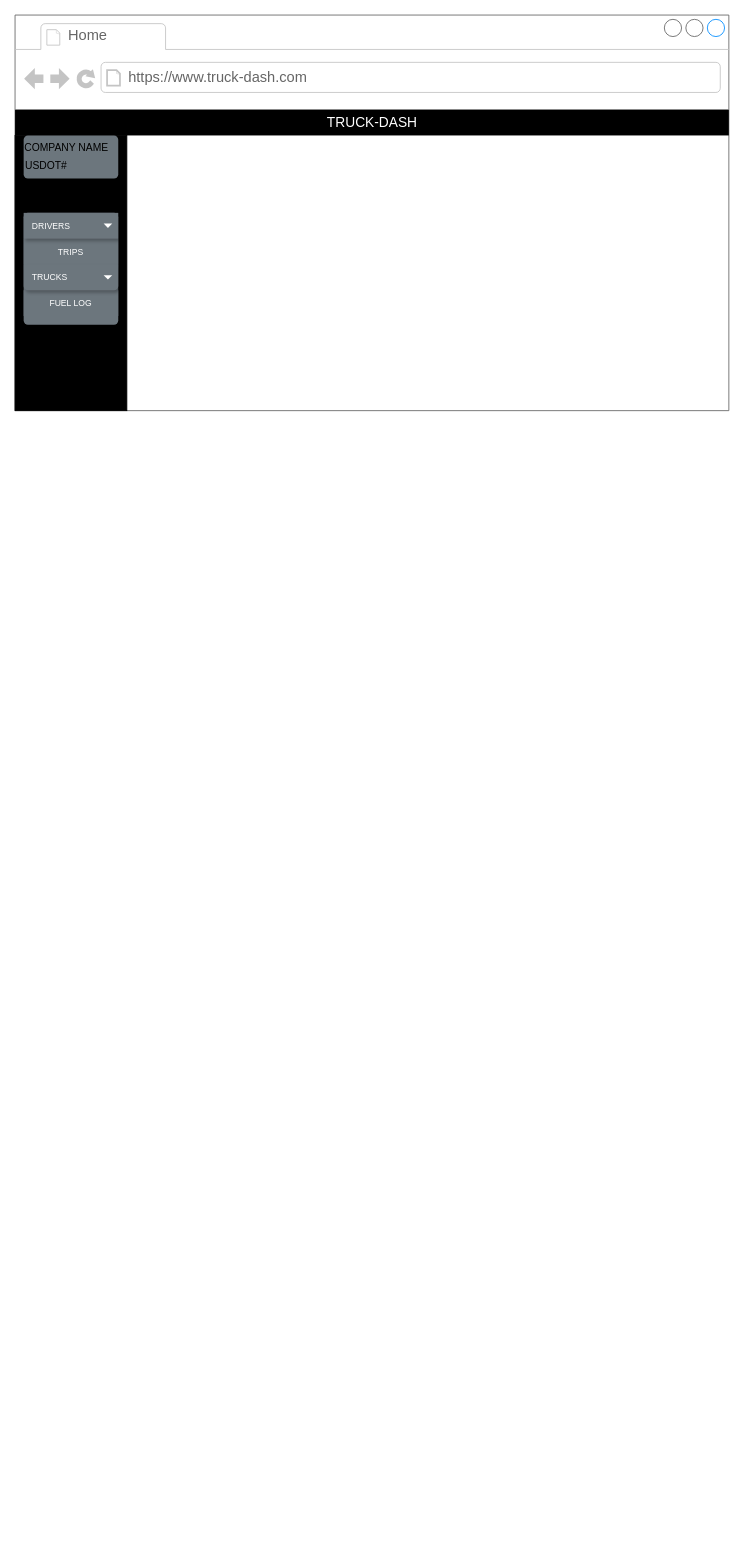
lhinds86/Truck-Dash keeps this draw.io diagram as wireframe.drawio. Above is the earlier version. Source tidied: cells renumbered, new cells numbered last; positions are measured from the earlier drawing's top-left corner, leaving out a move shared by most shapes. Both pictures are drawn from the tidied source at 86%, with x=0, y=0 at pixel (15, 15).
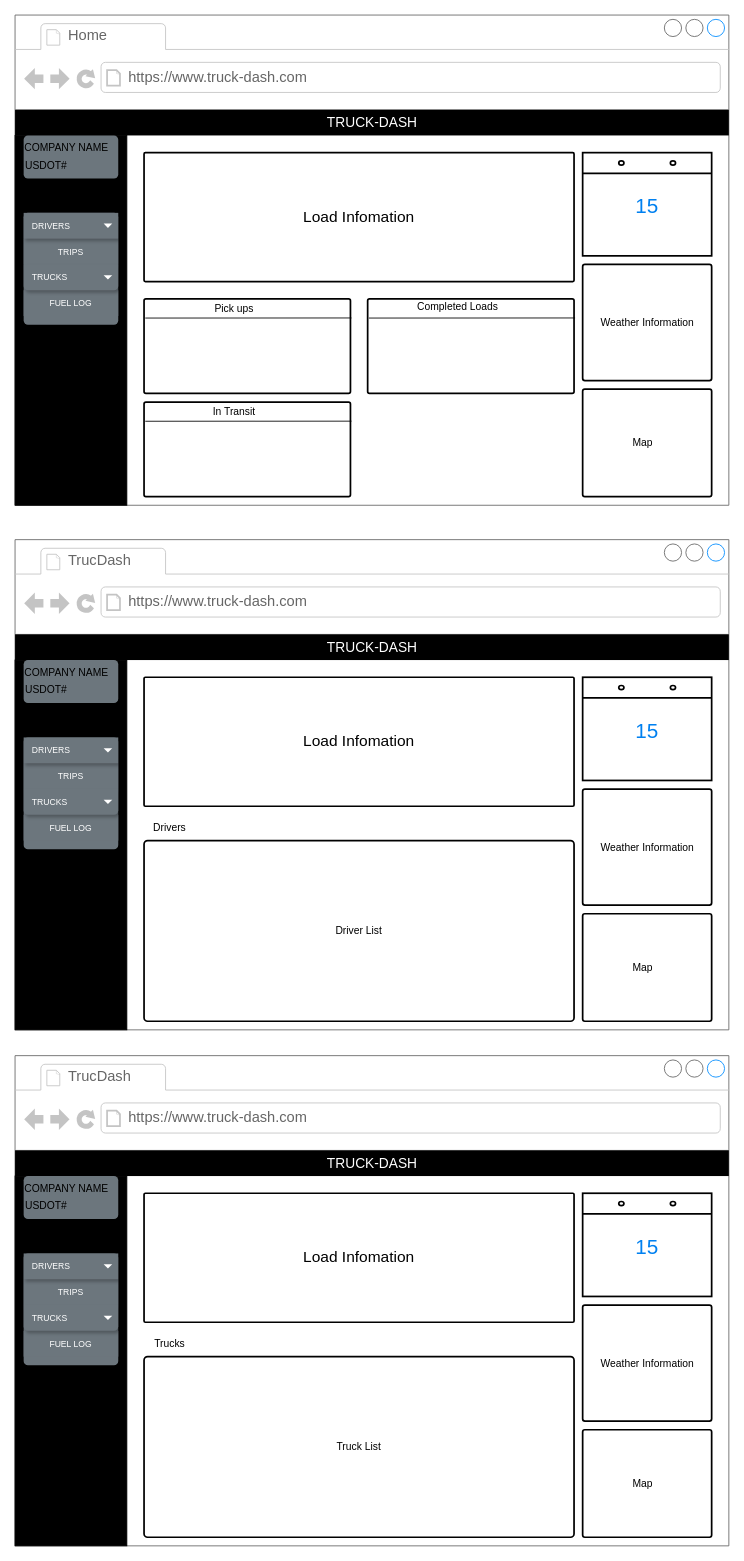
The same diagram, later.

What changed in the source:
```diff
@@
     <mxCell id="2" style="strokeWidth=1;shadow=0;dashed=0;align=center;html=1;shape=mxgraph.mockup.containers.browserWindow;rSize=0;strokeColor=#666666;strokeColor2=#008cff;strokeColor3=#c4c4c4;mainText=,;" parent="1" vertex="1">
-      <mxGeometry width="830" height="460" as="geometry" />
+      <mxGeometry width="830" height="570" as="geometry" />
     </mxCell>
@@
     <mxCell id="6" style="rounded=0;whiteSpace=wrap;html=1;fillColor=#000000;" parent="2" vertex="1">
-      <mxGeometry y="140" width="130" height="320" as="geometry" />
+      <mxGeometry y="140" width="130" height="430" as="geometry" />
     </mxCell>
@@
+    <mxCell id="17" style="html=1;verticalLabelPosition=bottom;align=center;labelBackgroundColor=#ffffff;verticalAlign=top;strokeWidth=2;strokeColor=#000000;shadow=0;dashed=0;shape=mxgraph.ios7.icons.calendar;" parent="2" vertex="1">
+      <mxGeometry x="660" y="160" width="150" height="120" as="geometry" />
+    </mxCell>
+    <mxCell id="18" style="rounded=1;whiteSpace=wrap;html=1;strokeWidth=2;arcSize=1;" parent="2" vertex="1">
+      <mxGeometry x="150" y="160" width="500" height="150" as="geometry" />
+    </mxCell>
+    <mxCell id="19" value="&lt;font style=&quot;font-size: 18px;&quot;&gt;Load Infomation&lt;/font&gt;" style="text;html=1;align=center;verticalAlign=middle;whiteSpace=wrap;rounded=0;" parent="2" vertex="1">
+      <mxGeometry x="280" y="220" width="240" height="30" as="geometry" />
+    </mxCell>
+    <mxCell id="20" style="rounded=1;whiteSpace=wrap;html=1;strokeWidth=2;arcSize=2;" parent="2" vertex="1">
+      <mxGeometry x="410" y="330" width="240" height="110" as="geometry" />
+    </mxCell>
+    <mxCell id="21" style="endArrow=none;html=1;rounded=0;exitX=0.006;exitY=0.203;exitDx=0;exitDy=0;exitPerimeter=0;entryX=1.005;entryY=0.202;entryDx=0;entryDy=0;entryPerimeter=0;" parent="2" edge="1" source="20" target="20">
+      <mxGeometry relative="1" as="geometry" />
+    </mxCell>
+    <mxCell id="22" value="Completed Loads" style="text;html=1;align=center;verticalAlign=middle;whiteSpace=wrap;rounded=0;" parent="2" vertex="1">
+      <mxGeometry x="465" y="330" width="100" height="20" as="geometry" />
+    </mxCell>
+    <mxCell id="23" style="rounded=1;whiteSpace=wrap;html=1;strokeWidth=2;arcSize=2;" parent="2" vertex="1">
+      <mxGeometry x="150" y="330" width="240" height="110" as="geometry" />
+    </mxCell>
+    <mxCell id="24" style="endArrow=none;html=1;rounded=0;exitX=0.006;exitY=0.203;exitDx=0;exitDy=0;exitPerimeter=0;entryX=1.005;entryY=0.202;entryDx=0;entryDy=0;entryPerimeter=0;" parent="2" edge="1" source="23" target="23">
+      <mxGeometry relative="1" as="geometry" />
+    </mxCell>
+    <mxCell id="25" value="Pick ups" style="text;html=1;align=center;verticalAlign=middle;whiteSpace=wrap;rounded=0;" parent="2" vertex="1">
+      <mxGeometry x="205" y="330" width="100" height="24.4" as="geometry" />
+    </mxCell>
+    <mxCell id="26" style="rounded=1;whiteSpace=wrap;html=1;strokeWidth=2;arcSize=2;" parent="2" vertex="1">
+      <mxGeometry x="150" y="450" width="240" height="110" as="geometry" />
+    </mxCell>
+    <mxCell id="27" value="In Transit" style="text;html=1;align=center;verticalAlign=middle;whiteSpace=wrap;rounded=0;" parent="2" vertex="1">
+      <mxGeometry x="205" y="450" width="100" height="24.4" as="geometry" />
+    </mxCell>
+    <mxCell id="28" style="endArrow=none;html=1;rounded=0;exitX=0.006;exitY=0.203;exitDx=0;exitDy=0;exitPerimeter=0;entryX=1.005;entryY=0.202;entryDx=0;entryDy=0;entryPerimeter=0;" parent="2" edge="1" source="26" target="26">
+      <mxGeometry relative="1" as="geometry" />
+    </mxCell>
+    <mxCell id="29" style="rounded=1;whiteSpace=wrap;html=1;arcSize=2;strokeWidth=2;" parent="2" vertex="1">
+      <mxGeometry x="660" y="290" width="150" height="135" as="geometry" />
+    </mxCell>
+    <mxCell id="30" style="rounded=1;whiteSpace=wrap;html=1;arcSize=2;strokeWidth=2;" parent="2" vertex="1">
+      <mxGeometry x="660" y="435" width="150" height="125" as="geometry" />
+    </mxCell>
+    <mxCell id="31" value="Weather Information" style="text;html=1;align=center;verticalAlign=middle;whiteSpace=wrap;rounded=0;" parent="2" vertex="1">
+      <mxGeometry x="677.5" y="342.5" width="115" height="30" as="geometry" />
+    </mxCell>
+    <mxCell id="32" value="Map" style="text;html=1;align=center;verticalAlign=middle;whiteSpace=wrap;rounded=0;" parent="2" vertex="1">
+      <mxGeometry x="700" y="482.5" width="60" height="30" as="geometry" />
+    </mxCell>
+    <mxCell id="33" style="strokeWidth=1;shadow=0;dashed=0;align=center;html=1;shape=mxgraph.mockup.containers.browserWindow;rSize=0;strokeColor=#666666;strokeColor2=#008cff;strokeColor3=#c4c4c4;mainText=,;" parent="1" vertex="1">
+      <mxGeometry y="610" width="830" height="570" as="geometry" />
+    </mxCell>
+    <mxCell id="34" value="TrucDash" style="strokeWidth=1;shadow=0;dashed=0;align=center;html=1;shape=mxgraph.mockup.containers.anchor;fontSize=17;fontColor=#666666;align=left;whiteSpace=wrap;" parent="33" vertex="1">
+      <mxGeometry x="60" y="12" width="110" height="26" as="geometry" />
+    </mxCell>
+    <mxCell id="35" value="https://www.truck-dash.com" style="strokeWidth=1;shadow=0;dashed=0;align=center;html=1;shape=mxgraph.mockup.containers.anchor;rSize=0;fontSize=17;fontColor=#666666;align=left;" parent="33" vertex="1">
+      <mxGeometry x="130" y="60" width="250" height="26" as="geometry" />
+    </mxCell>
+    <mxCell id="36" value="TRUCK-DASH" style="html=1;shadow=0;dashed=0;fillColor=#000000;strokeColor=none;fontSize=16;fontColor=#ffffff;align=center;spacing=15;" parent="33" vertex="1">
+      <mxGeometry y="110" width="830" height="30" as="geometry" />
+    </mxCell>
+    <mxCell id="37" style="rounded=0;whiteSpace=wrap;html=1;fillColor=#000000;" parent="33" vertex="1">
+      <mxGeometry y="140" width="130" height="430" as="geometry" />
+    </mxCell>
+    <mxCell id="38" style="html=1;shadow=0;dashed=0;shape=mxgraph.bootstrap.rrect;rSize=5;strokeColor=none;html=1;whiteSpace=wrap;fillColor=#6C767D;fontColor=#ffffff;sketch=0;" parent="33" vertex="1">
+      <mxGeometry x="10" y="230" width="110" height="130" as="geometry" />
+    </mxCell>
+    <mxCell id="39" value="&lt;font style=&quot;font-size: 10px;&quot;&gt;TRIPS&lt;/font&gt;" style="strokeColor=inherit;fillColor=inherit;gradientColor=inherit;fontColor=inherit;html=1;shadow=0;dashed=0;perimeter=none;whiteSpace=wrap;sketch=0;" parent="38" vertex="1">
+      <mxGeometry width="110" height="30" relative="1" as="geometry">
+        <mxPoint y="30" as="offset" />
+      </mxGeometry>
+    </mxCell>
+    <mxCell id="40" value="&lt;font style=&quot;font-size: 10px;&quot;&gt;FUEL LOG&lt;/font&gt;" style="strokeColor=inherit;fillColor=inherit;gradientColor=inherit;fontColor=inherit;html=1;shadow=0;dashed=0;perimeter=none;whiteSpace=wrap;sketch=0;" parent="38" vertex="1">
+      <mxGeometry width="110" height="30" relative="1" as="geometry">
+        <mxPoint y="90" as="offset" />
+      </mxGeometry>
+    </mxCell>
+    <mxCell id="41" value="&lt;font style=&quot;font-size: 10px;&quot;&gt;DRIVERS&lt;/font&gt;" style="strokeColor=inherit;fillColor=inherit;gradientColor=inherit;fontColor=inherit;html=1;shadow=1;dashed=0;perimeter=none;whiteSpace=wrap;align=left;spacing=10;sketch=0;" parent="38" vertex="1">
+      <mxGeometry width="110" height="30" relative="1" as="geometry" />
+    </mxCell>
+    <mxCell id="42" style="shape=triangle;direction=south;fillColor=#ffffff;strokeColor=none;perimeter=none;sketch=0;" parent="41" vertex="1">
+      <mxGeometry x="1" y="0.5" width="10" height="5" relative="1" as="geometry">
+        <mxPoint x="-17" y="-2.5" as="offset" />
+      </mxGeometry>
+    </mxCell>
+    <mxCell id="43" value="&lt;font style=&quot;font-size: 10px;&quot;&gt;TRUCKS&lt;/font&gt;" style="strokeColor=inherit;fillColor=inherit;gradientColor=inherit;fontColor=inherit;html=1;shadow=1;dashed=0;shape=mxgraph.bootstrap.bottomButton;rSize=5;perimeter=none;whiteSpace=wrap;align=left;spacing=10;sketch=0;" parent="38" vertex="1">
+      <mxGeometry y="1" width="110" height="30" relative="1" as="geometry">
+        <mxPoint y="-70" as="offset" />
+      </mxGeometry>
+    </mxCell>
+    <mxCell id="44" style="shape=triangle;direction=south;fillColor=#ffffff;strokeColor=none;perimeter=none;sketch=0;" parent="43" vertex="1">
+      <mxGeometry x="1" y="0.5" width="10" height="5" relative="1" as="geometry">
+        <mxPoint x="-17" y="-2.5" as="offset" />
+      </mxGeometry>
+    </mxCell>
+    <mxCell id="45" style="html=1;shadow=0;dashed=0;shape=mxgraph.bootstrap.rrect;rSize=5;strokeColor=none;html=1;whiteSpace=wrap;fillColor=#6C767D;fontColor=#ffffff;sketch=0;" parent="33" vertex="1">
+      <mxGeometry x="10" y="140" width="110" height="50" as="geometry" />
+    </mxCell>
+    <mxCell id="46" value="COMPANY NAME" style="text;html=1;align=center;verticalAlign=middle;whiteSpace=wrap;rounded=0;" parent="33" vertex="1">
+      <mxGeometry x="10" y="140" width="100" height="30" as="geometry" />
+    </mxCell>
+    <mxCell id="47" value="USDOT#" style="text;html=1;align=left;verticalAlign=middle;whiteSpace=wrap;rounded=0;" parent="33" vertex="1">
+      <mxGeometry x="10" y="160" width="100" height="30" as="geometry" />
+    </mxCell>
+    <mxCell id="48" style="html=1;verticalLabelPosition=bottom;align=center;labelBackgroundColor=#ffffff;verticalAlign=top;strokeWidth=2;strokeColor=#000000;shadow=0;dashed=0;shape=mxgraph.ios7.icons.calendar;" parent="33" vertex="1">
+      <mxGeometry x="660" y="160" width="150" height="120" as="geometry" />
+    </mxCell>
+    <mxCell id="49" style="rounded=1;whiteSpace=wrap;html=1;strokeWidth=2;arcSize=1;" parent="33" vertex="1">
+      <mxGeometry x="150" y="160" width="500" height="150" as="geometry" />
+    </mxCell>
+    <mxCell id="50" value="&lt;font style=&quot;font-size: 18px;&quot;&gt;Load Infomation&lt;/font&gt;" style="text;html=1;align=center;verticalAlign=middle;whiteSpace=wrap;rounded=0;" parent="33" vertex="1">
+      <mxGeometry x="280" y="220" width="240" height="30" as="geometry" />
+    </mxCell>
+    <mxCell id="51" style="rounded=1;whiteSpace=wrap;html=1;strokeWidth=2;arcSize=2;" parent="33" vertex="1">
+      <mxGeometry x="150" y="350" width="500" height="210" as="geometry" />
+    </mxCell>
+    <mxCell id="52" style="rounded=1;whiteSpace=wrap;html=1;arcSize=2;strokeWidth=2;" parent="33" vertex="1">
+      <mxGeometry x="660" y="290" width="150" height="135" as="geometry" />
+    </mxCell>
+    <mxCell id="53" style="rounded=1;whiteSpace=wrap;html=1;arcSize=2;strokeWidth=2;" parent="33" vertex="1">
+      <mxGeometry x="660" y="435" width="150" height="125" as="geometry" />
+    </mxCell>
+    <mxCell id="54" value="Weather Information" style="text;html=1;align=center;verticalAlign=middle;whiteSpace=wrap;rounded=0;" parent="33" vertex="1">
+      <mxGeometry x="677.5" y="342.5" width="115" height="30" as="geometry" />
+    </mxCell>
+    <mxCell id="55" value="Map" style="text;html=1;align=center;verticalAlign=middle;whiteSpace=wrap;rounded=0;" parent="33" vertex="1">
+      <mxGeometry x="700" y="482.5" width="60" height="30" as="geometry" />
+    </mxCell>
+    <mxCell id="56" value="Drivers" style="text;html=1;align=center;verticalAlign=middle;whiteSpace=wrap;rounded=0;" parent="33" vertex="1">
+      <mxGeometry x="150" y="320" width="60" height="30" as="geometry" />
+    </mxCell>
+    <mxCell id="57" value="Driver List" style="text;html=1;align=center;verticalAlign=middle;whiteSpace=wrap;rounded=0;" parent="33" vertex="1">
+      <mxGeometry x="370" y="440" width="60" height="30" as="geometry" />
+    </mxCell>
+    <mxCell id="58" style="strokeWidth=1;shadow=0;dashed=0;align=center;html=1;shape=mxgraph.mockup.containers.browserWindow;rSize=0;strokeColor=#666666;strokeColor2=#008cff;strokeColor3=#c4c4c4;mainText=,;" parent="1" vertex="1">
+      <mxGeometry y="1210" width="830" height="570" as="geometry" />
+    </mxCell>
+    <mxCell id="59" value="TrucDash" style="strokeWidth=1;shadow=0;dashed=0;align=center;html=1;shape=mxgraph.mockup.containers.anchor;fontSize=17;fontColor=#666666;align=left;whiteSpace=wrap;" parent="58" vertex="1">
+      <mxGeometry x="60" y="12" width="110" height="26" as="geometry" />
+    </mxCell>
+    <mxCell id="60" value="https://www.truck-dash.com" style="strokeWidth=1;shadow=0;dashed=0;align=center;html=1;shape=mxgraph.mockup.containers.anchor;rSize=0;fontSize=17;fontColor=#666666;align=left;" parent="58" vertex="1">
+      <mxGeometry x="130" y="60" width="250" height="26" as="geometry" />
+    </mxCell>
+    <mxCell id="61" value="TRUCK-DASH" style="html=1;shadow=0;dashed=0;fillColor=#000000;strokeColor=none;fontSize=16;fontColor=#ffffff;align=center;spacing=15;" parent="58" vertex="1">
+      <mxGeometry y="110" width="830" height="30" as="geometry" />
+    </mxCell>
+    <mxCell id="62" style="rounded=0;whiteSpace=wrap;html=1;fillColor=#000000;" parent="58" vertex="1">
+      <mxGeometry y="140" width="130" height="430" as="geometry" />
+    </mxCell>
+    <mxCell id="63" style="html=1;shadow=0;dashed=0;shape=mxgraph.bootstrap.rrect;rSize=5;strokeColor=none;html=1;whiteSpace=wrap;fillColor=#6C767D;fontColor=#ffffff;sketch=0;" parent="58" vertex="1">
+      <mxGeometry x="10" y="230" width="110" height="130" as="geometry" />
+    </mxCell>
+    <mxCell id="64" value="&lt;font style=&quot;font-size: 10px;&quot;&gt;TRIPS&lt;/font&gt;" style="strokeColor=inherit;fillColor=inherit;gradientColor=inherit;fontColor=inherit;html=1;shadow=0;dashed=0;perimeter=none;whiteSpace=wrap;sketch=0;" parent="63" vertex="1">
+      <mxGeometry width="110" height="30" relative="1" as="geometry">
+        <mxPoint y="30" as="offset" />
+      </mxGeometry>
+    </mxCell>
+    <mxCell id="65" value="&lt;font style=&quot;font-size: 10px;&quot;&gt;FUEL LOG&lt;/font&gt;" style="strokeColor=inherit;fillColor=inherit;gradientColor=inherit;fontColor=inherit;html=1;shadow=0;dashed=0;perimeter=none;whiteSpace=wrap;sketch=0;" parent="63" vertex="1">
+      <mxGeometry width="110" height="30" relative="1" as="geometry">
+        <mxPoint y="90" as="offset" />
+      </mxGeometry>
+    </mxCell>
+    <mxCell id="66" value="&lt;font style=&quot;font-size: 10px;&quot;&gt;DRIVERS&lt;/font&gt;" style="strokeColor=inherit;fillColor=inherit;gradientColor=inherit;fontColor=inherit;html=1;shadow=1;dashed=0;perimeter=none;whiteSpace=wrap;align=left;spacing=10;sketch=0;" parent="63" vertex="1">
+      <mxGeometry width="110" height="30" relative="1" as="geometry" />
+    </mxCell>
+    <mxCell id="67" style="shape=triangle;direction=south;fillColor=#ffffff;strokeColor=none;perimeter=none;sketch=0;" parent="66" vertex="1">
+      <mxGeometry x="1" y="0.5" width="10" height="5" relative="1" as="geometry">
+        <mxPoint x="-17" y="-2.5" as="offset" />
+      </mxGeometry>
+    </mxCell>
+    <mxCell id="68" value="&lt;font style=&quot;font-size: 10px;&quot;&gt;TRUCKS&lt;/font&gt;" style="strokeColor=inherit;fillColor=inherit;gradientColor=inherit;fontColor=inherit;html=1;shadow=1;dashed=0;shape=mxgraph.bootstrap.bottomButton;rSize=5;perimeter=none;whiteSpace=wrap;align=left;spacing=10;sketch=0;" parent="63" vertex="1">
+      <mxGeometry y="1" width="110" height="30" relative="1" as="geometry">
+        <mxPoint y="-70" as="offset" />
+      </mxGeometry>
+    </mxCell>
+    <mxCell id="69" style="shape=triangle;direction=south;fillColor=#ffffff;strokeColor=none;perimeter=none;sketch=0;" parent="68" vertex="1">
+      <mxGeometry x="1" y="0.5" width="10" height="5" relative="1" as="geometry">
+        <mxPoint x="-17" y="-2.5" as="offset" />
+      </mxGeometry>
+    </mxCell>
+    <mxCell id="70" style="html=1;shadow=0;dashed=0;shape=mxgraph.bootstrap.rrect;rSize=5;strokeColor=none;html=1;whiteSpace=wrap;fillColor=#6C767D;fontColor=#ffffff;sketch=0;" parent="58" vertex="1">
+      <mxGeometry x="10" y="140" width="110" height="50" as="geometry" />
+    </mxCell>
+    <mxCell id="71" value="COMPANY NAME" style="text;html=1;align=center;verticalAlign=middle;whiteSpace=wrap;rounded=0;" parent="58" vertex="1">
+      <mxGeometry x="10" y="140" width="100" height="30" as="geometry" />
+    </mxCell>
+    <mxCell id="72" value="USDOT#" style="text;html=1;align=left;verticalAlign=middle;whiteSpace=wrap;rounded=0;" parent="58" vertex="1">
+      <mxGeometry x="10" y="160" width="100" height="30" as="geometry" />
+    </mxCell>
+    <mxCell id="73" style="html=1;verticalLabelPosition=bottom;align=center;labelBackgroundColor=#ffffff;verticalAlign=top;strokeWidth=2;strokeColor=#000000;shadow=0;dashed=0;shape=mxgraph.ios7.icons.calendar;" parent="58" vertex="1">
+      <mxGeometry x="660" y="160" width="150" height="120" as="geometry" />
+    </mxCell>
+    <mxCell id="74" style="rounded=1;whiteSpace=wrap;html=1;strokeWidth=2;arcSize=1;" parent="58" vertex="1">
+      <mxGeometry x="150" y="160" width="500" height="150" as="geometry" />
+    </mxCell>
+    <mxCell id="75" value="&lt;font style=&quot;font-size: 18px;&quot;&gt;Load Infomation&lt;/font&gt;" style="text;html=1;align=center;verticalAlign=middle;whiteSpace=wrap;rounded=0;" parent="58" vertex="1">
+      <mxGeometry x="280" y="220" width="240" height="30" as="geometry" />
+    </mxCell>
+    <mxCell id="76" style="rounded=1;whiteSpace=wrap;html=1;strokeWidth=2;arcSize=2;" parent="58" vertex="1">
+      <mxGeometry x="150" y="350" width="500" height="210" as="geometry" />
+    </mxCell>
+    <mxCell id="77" style="rounded=1;whiteSpace=wrap;html=1;arcSize=2;strokeWidth=2;" parent="58" vertex="1">
+      <mxGeometry x="660" y="290" width="150" height="135" as="geometry" />
+    </mxCell>
+    <mxCell id="78" style="rounded=1;whiteSpace=wrap;html=1;arcSize=2;strokeWidth=2;" parent="58" vertex="1">
+      <mxGeometry x="660" y="435" width="150" height="125" as="geometry" />
+    </mxCell>
+    <mxCell id="79" value="Weather Information" style="text;html=1;align=center;verticalAlign=middle;whiteSpace=wrap;rounded=0;" parent="58" vertex="1">
+      <mxGeometry x="677.5" y="342.5" width="115" height="30" as="geometry" />
+    </mxCell>
+    <mxCell id="80" value="Map" style="text;html=1;align=center;verticalAlign=middle;whiteSpace=wrap;rounded=0;" parent="58" vertex="1">
+      <mxGeometry x="700" y="482.5" width="60" height="30" as="geometry" />
+    </mxCell>
+    <mxCell id="81" value="Trucks" style="text;html=1;align=center;verticalAlign=middle;whiteSpace=wrap;rounded=0;" parent="58" vertex="1">
+      <mxGeometry x="150" y="320" width="60" height="30" as="geometry" />
+    </mxCell>
+    <mxCell id="82" value="Truck List" style="text;html=1;align=center;verticalAlign=middle;whiteSpace=wrap;rounded=0;" parent="58" vertex="1">
+      <mxGeometry x="370" y="440" width="60" height="30" as="geometry" />
+    </mxCell>
```
